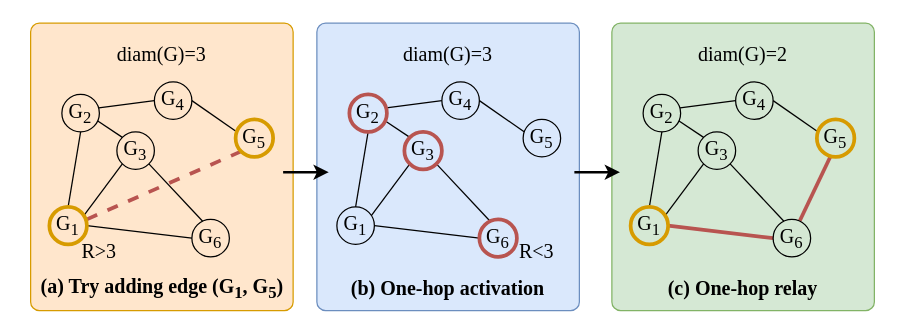
Before: page "第 4 页" (4 of 5) of examples/RNSM-Example.drawio in JingLiuchang/hnsw-merge, a draw.io diagram. Source tidied: cells renumbered, new cells numbered last; positions are measured from the earlier drawing's top-left corner, leaving out a move shared by most shapes. Both pictures are drawn from the tidied source at 125%, with x=0, y=0 at pixel (20, 22).
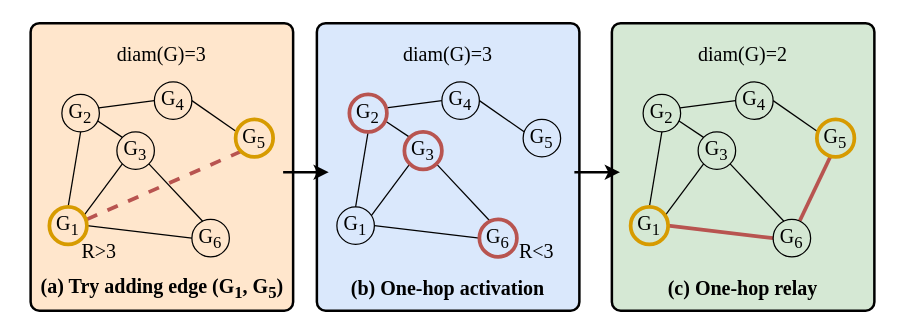
The same page after the edit.

Diff of the diagram source:
```diff
@@
-    <mxCell id="2" style="rounded=1;whiteSpace=wrap;html=1;absoluteArcSize=1;arcSize=14;strokeWidth=1;fillColor=#d5e8d4;strokeColor=#82b366;" parent="1" vertex="1">
+    <mxCell id="2" style="rounded=1;whiteSpace=wrap;html=1;absoluteArcSize=1;arcSize=14;strokeWidth=2;fillColor=#d5e8d4;strokeColor=light-dark(#000000,#000000);" parent="1" vertex="1">
       <mxGeometry x="473" width="210" height="230" as="geometry" />
     </mxCell>
-    <mxCell id="3" style="rounded=1;whiteSpace=wrap;html=1;absoluteArcSize=1;arcSize=14;strokeWidth=1;fillColor=#dae8fc;strokeColor=#6c8ebf;" parent="1" vertex="1">
+    <mxCell id="3" style="rounded=1;whiteSpace=wrap;html=1;absoluteArcSize=1;arcSize=14;strokeWidth=2;fillColor=#dae8fc;strokeColor=light-dark(#000000,#000000);" parent="1" vertex="1">
       <mxGeometry x="237" width="210" height="230" as="geometry" />
     </mxCell>
-    <mxCell id="4" style="rounded=1;whiteSpace=wrap;html=1;absoluteArcSize=1;arcSize=14;strokeWidth=1;fillColor=#ffe6cc;strokeColor=#d79b00;" parent="1" vertex="1">
+    <mxCell id="4" style="rounded=1;whiteSpace=wrap;html=1;absoluteArcSize=1;arcSize=14;strokeWidth=2;fillColor=#ffe6cc;strokeColor=light-dark(#000000,#000000);" parent="1" vertex="1">
       <mxGeometry x="8" width="210" height="230" as="geometry" />
     </mxCell>
```
